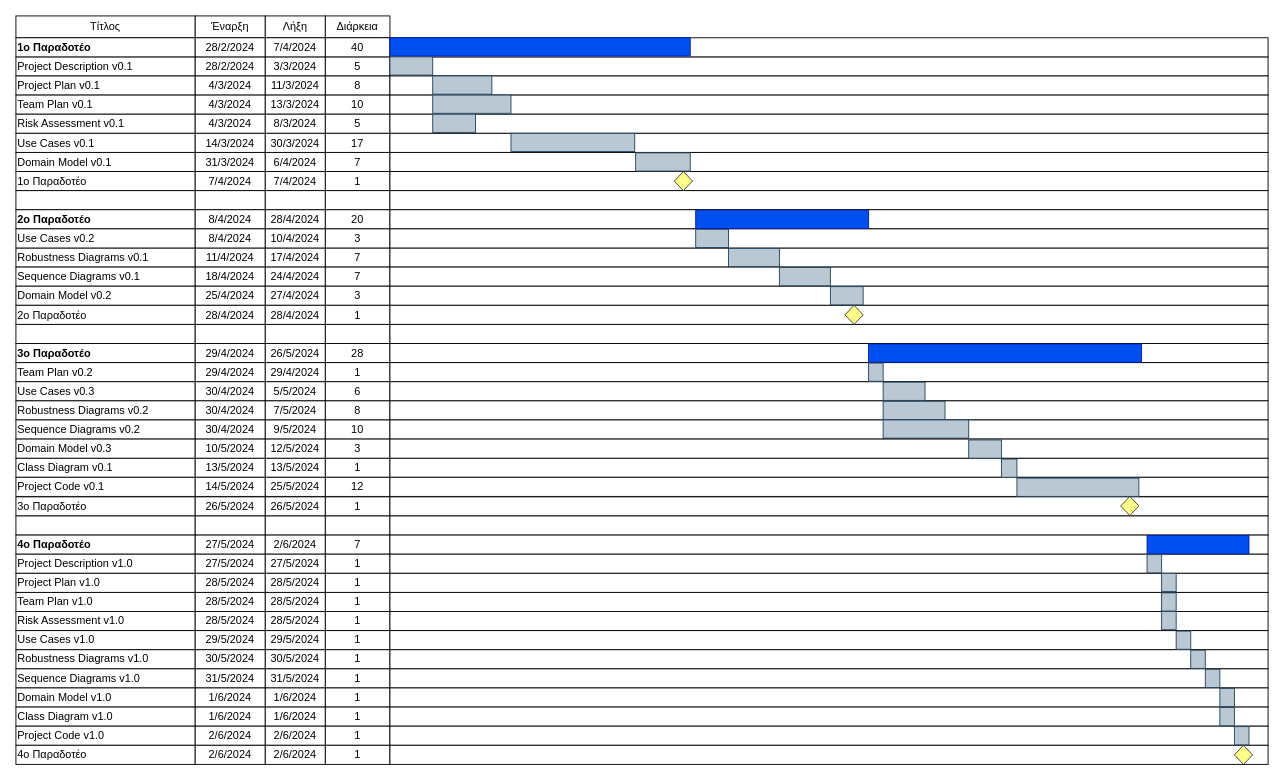
Nektar24/software-engineering keeps this draw.io diagram as NOTES/gantt/Team Plan Gantt time.drawio. Above is the earlier version. Source tidied: cells renumbered, new cells numbered last; positions are measured from the earlier drawing's top-left corner, leaving out a move shared by most shapes. Both pictures are drawn from the tidied source at 91%, with x=0, y=0 at pixel (15, 15).
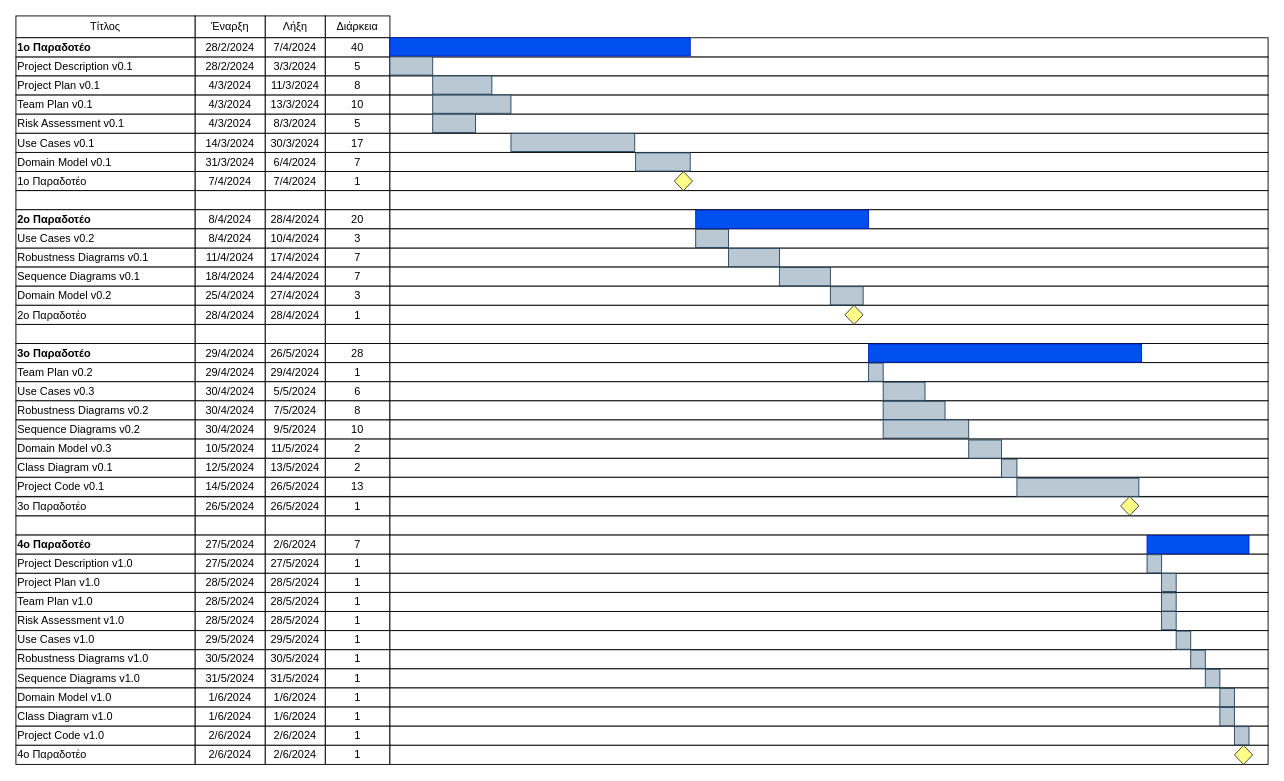
Above is the later version.

Commit message (it also covers changes not shown here):
corrections in dates of pert and gantt diagram(they were not the same)

Diff of the diagram source:
```diff
@@
-    <mxCell id="87" value="13/5/2024" style="rounded=0;whiteSpace=wrap;html=1;" parent="1" vertex="1">
-      <mxGeometry x="197" y="486" width="77" height="21" as="geometry" />
-    </mxCell>
+    <mxCell id="227" value="12/5/2024" style="rounded=0;whiteSpace=wrap;html=1;" parent="1" vertex="1">
+      <mxGeometry x="197" y="486" width="77" height="21" as="geometry" />
+    </mxCell>
@@
-    <mxCell id="89" value="1" style="rounded=0;whiteSpace=wrap;html=1;" parent="1" vertex="1">
-      <mxGeometry x="340" y="486" width="71" height="21" as="geometry" />
-    </mxCell>
+    <mxCell id="231" value="2" style="rounded=0;whiteSpace=wrap;html=1;" parent="1" vertex="1">
+      <mxGeometry x="340" y="486" width="71" height="21" as="geometry" />
+    </mxCell>
@@
-    <mxCell id="93" value="25/5/2024" style="rounded=0;whiteSpace=wrap;html=1;" parent="1" vertex="1">
-      <mxGeometry x="274" y="507" width="66" height="21" as="geometry" />
-    </mxCell>
-    <mxCell id="94" value="12" style="rounded=0;whiteSpace=wrap;html=1;" parent="1" vertex="1">
-      <mxGeometry x="340" y="507" width="71" height="21" as="geometry" />
-    </mxCell>
+    <mxCell id="232" value="26/5/2024" style="rounded=0;whiteSpace=wrap;html=1;" parent="1" vertex="1">
+      <mxGeometry x="274" y="507" width="66" height="21" as="geometry" />
+    </mxCell>
+    <mxCell id="233" value="13" style="rounded=0;whiteSpace=wrap;html=1;" parent="1" vertex="1">
+      <mxGeometry x="340" y="507" width="71" height="21" as="geometry" />
+    </mxCell>
@@
-    <mxCell id="227" value="12/5/2024" style="rounded=0;whiteSpace=wrap;html=1;" parent="1" vertex="1">
-      <mxGeometry x="274" y="465" width="66" height="21" as="geometry" />
-    </mxCell>
-    <mxCell id="228" value="3" style="rounded=0;whiteSpace=wrap;html=1;" parent="1" vertex="1">
-      <mxGeometry x="340" y="465" width="71" height="21" as="geometry" />
-    </mxCell>
+    <mxCell id="234" value="11/5/2024" style="rounded=0;whiteSpace=wrap;html=1;" parent="1" vertex="1">
+      <mxGeometry x="274" y="465" width="66" height="21" as="geometry" />
+    </mxCell>
+    <mxCell id="235" value="2" style="rounded=0;whiteSpace=wrap;html=1;" parent="1" vertex="1">
+      <mxGeometry x="340" y="465" width="71" height="21" as="geometry" />
+    </mxCell>
```
